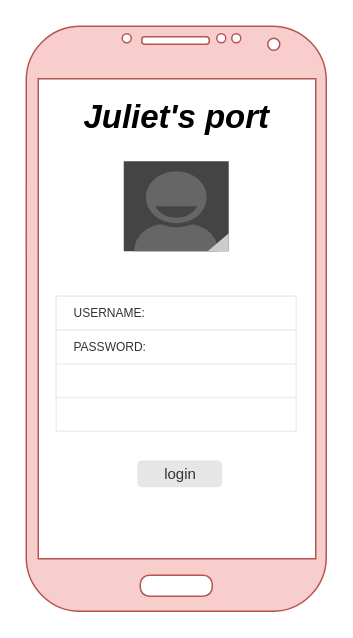
The draw.io diagram page "lista_navi" (4 of 5) of WIREFRAME/Untitled Diagram.drawio in giuliacangani02/EsameGiulia2021, before the edit. Source tidied: cells renumbered, new cells numbered last; positions are measured from the earlier drawing's top-left corner, leaving out a move shared by most shapes. Both pictures are drawn from the tidied source at 150%, with x=0, y=0 at pixel (26, 26). Pictures stored in the file or linked from it are replaced by grey dashed boxes.
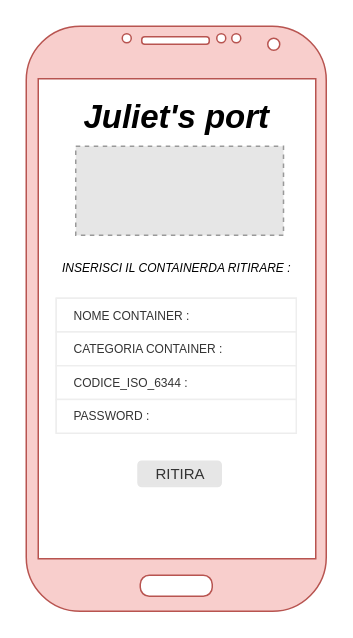
After the change.

Change to the diagram source:
```diff
@@
 <mxGraphModel>
   <root>
     <mxCell id="0" />
     <mxCell id="1" parent="0" />
     <mxCell id="2" style="verticalLabelPosition=bottom;verticalAlign=top;html=1;shadow=0;dashed=0;strokeWidth=1;shape=mxgraph.android.phone2;strokeColor=#b85450;fillColor=#f8cecc;" parent="1" vertex="1">
       <mxGeometry width="200" height="390" as="geometry" />
     </mxCell>
-    <mxCell id="3" style="verticalLabelPosition=bottom;verticalAlign=top;html=1;shadow=0;dashed=0;strokeWidth=1;shape=mxgraph.android.contact_badge_normal;" parent="1" vertex="1">
-      <mxGeometry x="65" y="90" width="70" height="60" as="geometry" />
-    </mxCell>
-    <mxCell id="4" value="login" style="rounded=1;html=1;shadow=0;dashed=0;whiteSpace=wrap;fontSize=10;fillColor=#E6E6E6;align=center;strokeColor=#E6E6E6;fontColor=#333333;" parent="1" vertex="1">
+    <mxCell id="4" value="RITIRA" style="rounded=1;html=1;shadow=0;dashed=0;whiteSpace=wrap;fontSize=10;fillColor=#E6E6E6;align=center;strokeColor=#E6E6E6;fontColor=#333333;" parent="1" vertex="1">
       <mxGeometry x="74.5" y="290" width="55.5" height="16.9" as="geometry" />
     </mxCell>
     <mxCell id="5" value="&lt;font style=&quot;font-size: 22px&quot;&gt;&lt;i&gt;Juliet's port&lt;/i&gt;&lt;/font&gt;" style="text;html=1;fontSize=24;fontStyle=1;verticalAlign=middle;align=center;" parent="1" vertex="1">
       <mxGeometry x="32" y="40" width="136" height="40" as="geometry" />
     </mxCell>
-    <mxCell id="6" style="strokeWidth=1;html=1;shadow=0;dashed=0;shape=mxgraph.android.rrect;rSize=0;strokeColor=#eeeeee;fillColor=#ffffff;gradientColor=none;" parent="1" vertex="1">
-      <mxGeometry x="20" y="180" width="160" height="90" as="geometry" />
-    </mxCell>
-    <mxCell id="7" value="USERNAME:" style="strokeColor=inherit;fillColor=inherit;gradientColor=inherit;strokeWidth=1;html=1;shadow=0;dashed=0;shape=mxgraph.android.rrect;rSize=0;align=left;spacingLeft=10;fontSize=8;fontColor=#333333;" parent="6" vertex="1">
-      <mxGeometry width="160" height="22.5" as="geometry" />
-    </mxCell>
-    <mxCell id="8" value="PASSWORD:" style="strokeColor=inherit;fillColor=inherit;gradientColor=inherit;strokeWidth=1;html=1;shadow=0;dashed=0;shape=mxgraph.android.rrect;rSize=0;align=left;spacingLeft=10;fontSize=8;fontColor=#333333;" parent="6" vertex="1">
-      <mxGeometry y="22.5" width="160" height="22.5" as="geometry" />
-    </mxCell>
-    <mxCell id="9" style="strokeColor=inherit;fillColor=inherit;gradientColor=inherit;strokeWidth=1;html=1;shadow=0;dashed=0;shape=mxgraph.android.rrect;rSize=0;align=left;spacingLeft=10;fontSize=8;fontColor=#333333;" parent="6" vertex="1">
-      <mxGeometry y="45" width="160" height="22.5" as="geometry" />
-    </mxCell>
+    <mxCell id="10" style="strokeWidth=1;html=1;shadow=0;dashed=0;shape=mxgraph.android.rrect;rSize=0;strokeColor=#eeeeee;fillColor=#ffffff;gradientColor=none;" parent="1" vertex="1">
+      <mxGeometry x="20" y="181.3" width="160" height="90" as="geometry" />
+    </mxCell>
+    <mxCell id="11" value="NOME CONTAINER :" style="strokeColor=inherit;fillColor=inherit;gradientColor=inherit;strokeWidth=1;html=1;shadow=0;dashed=0;shape=mxgraph.android.rrect;rSize=0;align=left;spacingLeft=10;fontSize=8;fontColor=#333333;" parent="10" vertex="1">
+      <mxGeometry width="160" height="22.5" as="geometry" />
+    </mxCell>
+    <mxCell id="12" value="CATEGORIA CONTAINER :" style="strokeColor=inherit;fillColor=inherit;gradientColor=inherit;strokeWidth=1;html=1;shadow=0;dashed=0;shape=mxgraph.android.rrect;rSize=0;align=left;spacingLeft=10;fontSize=8;fontColor=#333333;" parent="10" vertex="1">
+      <mxGeometry y="22.5" width="160" height="22.5" as="geometry" />
+    </mxCell>
+    <mxCell id="13" value="CODICE_ISO_6344 :" style="strokeColor=inherit;fillColor=inherit;gradientColor=inherit;strokeWidth=1;html=1;shadow=0;dashed=0;shape=mxgraph.android.rrect;rSize=0;align=left;spacingLeft=10;fontSize=8;fontColor=#333333;" parent="10" vertex="1">
+      <mxGeometry y="45" width="160" height="22.5" as="geometry" />
+    </mxCell>
+    <mxCell id="14" value="PASSWORD :" style="strokeColor=inherit;fillColor=inherit;gradientColor=inherit;strokeWidth=1;html=1;shadow=0;dashed=0;shape=mxgraph.android.rrect;rSize=0;align=left;spacingLeft=10;fontSize=8;fontColor=#333333;" parent="10" vertex="1">
+      <mxGeometry y="67.5" width="160" height="22.5" as="geometry" />
+    </mxCell>
+    <mxCell id="15" value="&lt;font size=&quot;1&quot;&gt;&lt;i style=&quot;font-size: 8px&quot;&gt;INSERISCI IL CONTAINERDA RITIRARE :&lt;/i&gt;&lt;/font&gt;" style="text;html=1;align=center;verticalAlign=middle;strokeColor=none;" parent="1" vertex="1">
+      <mxGeometry x="15" y="150" width="170" height="20" as="geometry" />
+    </mxCell>
+    <mxCell id="16" style="fillColor=#E6E6E6;strokeColor=#999999;dashed=1;verticalLabelPosition=bottom;labelBackgroundColor=#ffffff;verticalAlign=top;" parent="1" vertex="1">
+      <mxGeometry x="33" y="80" width="138.5" height="59.4" as="geometry" />
+    </mxCell>
   </root>
 </mxGraphModel>
```
